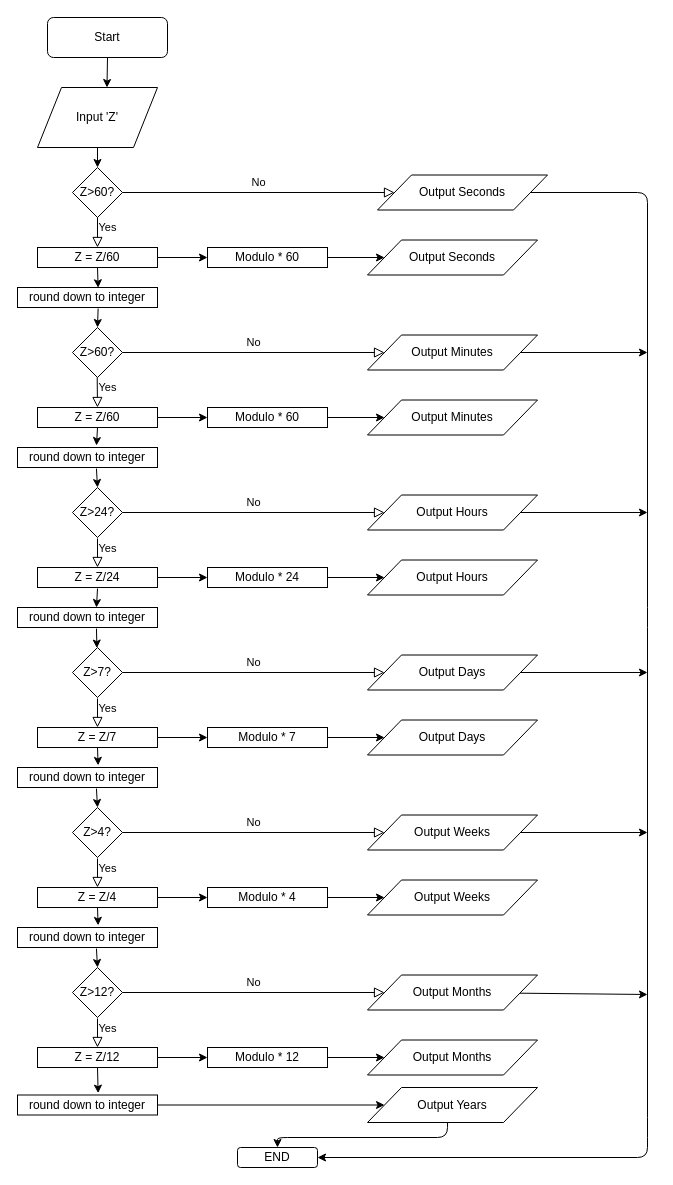
This is fyzam/Clockwork/Clockwork.drawio from cf-student-5731/CFLMS-DataStruct-Alghoritm-DAY01-Pirkner-fyzam, a draw.io file, before an edit. Source tidied: cells renumbered, new cells numbered last; positions are measured from the earlier drawing's top-left corner, leaving out a move shared by most shapes. Both pictures are drawn from the tidied source at 100%, with x=0, y=0 at pixel (17, 17).
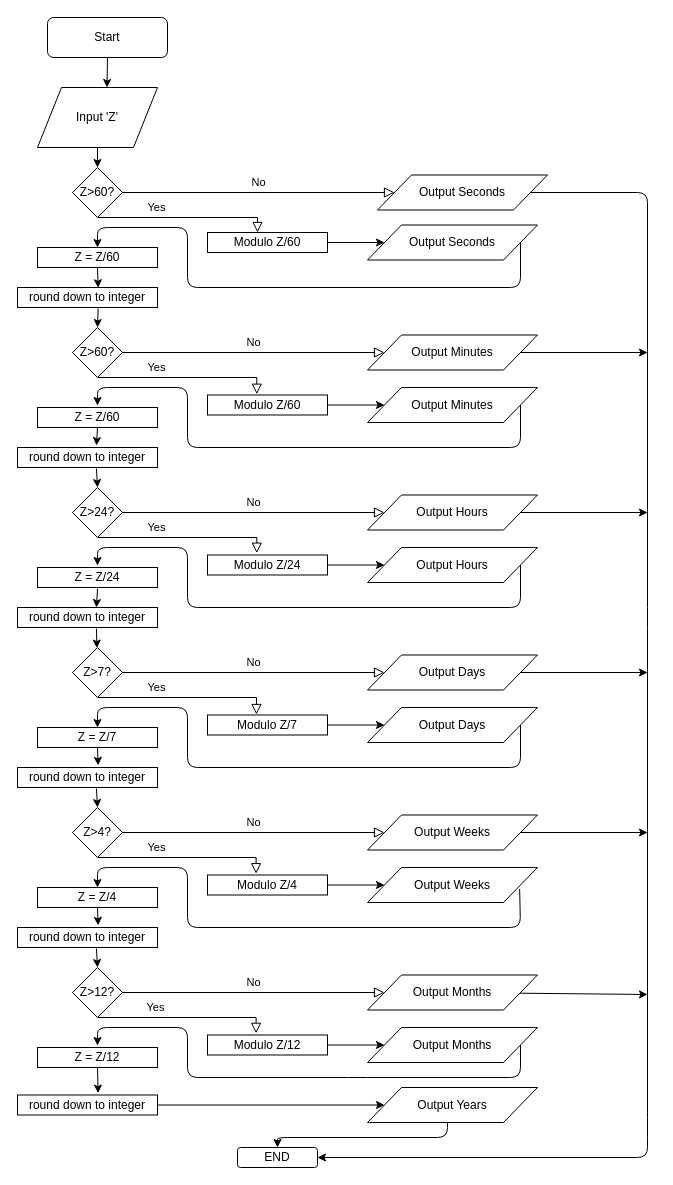
Above is the later version.

Commit message (it also covers changes not shown here):
minor changes in Modulo and flow

The change refers to these unchanged cells:
```xml
<mxCell id="5" value="Z = Z/60" style="rounded=0;whiteSpace=wrap;html=1;" parent="1" vertex="1">
  <mxGeometry x="20" y="230" width="120" height="20" as="geometry" />
</mxCell>
<mxCell id="6" value="Z&amp;gt;60?" style="rhombus;whiteSpace=wrap;html=1;" parent="1" vertex="1">
  <mxGeometry x="55" y="150" width="50" height="50" as="geometry" />
</mxCell>
<mxCell id="18" value="Z = Z/60" style="rounded=0;whiteSpace=wrap;html=1;" parent="1" vertex="1">
  <mxGeometry x="20" y="390" width="120" height="20" as="geometry" />
</mxCell>
<mxCell id="27" value="Z = Z/24" style="rounded=0;whiteSpace=wrap;html=1;" parent="1" vertex="1">
  <mxGeometry x="20" y="550" width="120" height="20" as="geometry" />
</mxCell>
<mxCell id="35" value="Z = Z/7" style="rounded=0;whiteSpace=wrap;html=1;" parent="1" vertex="1">
  <mxGeometry x="20" y="710" width="120" height="20" as="geometry" />
</mxCell>
<mxCell id="43" value="Z = Z/4" style="rounded=0;whiteSpace=wrap;html=1;" parent="1" vertex="1">
  <mxGeometry x="20" y="870" width="120" height="20" as="geometry" />
</mxCell>
<mxCell id="57" value="Z = Z/12" style="rounded=0;whiteSpace=wrap;html=1;" parent="1" vertex="1">
  <mxGeometry x="20" y="1030" width="120" height="20" as="geometry" />
</mxCell>
```

The edit, as a diff of the source:
```diff
@@
-    <mxCell id="7" value="Yes" style="edgeStyle=orthogonalEdgeStyle;rounded=0;html=1;jettySize=auto;fontSize=11;endArrow=block;endFill=0;endSize=8;strokeWidth=1;shadow=0;labelBackgroundColor=none;entryX=0.5;entryY=0;entryDx=0;entryDy=0;exitX=0.5;exitY=1;exitDx=0;exitDy=0;" parent="1" edge="1" source="6" target="5">
-      <mxGeometry x="-0.33" y="10" relative="1" as="geometry" />
-    </mxCell>
-    <mxCell id="8" style="endArrow=classic;html=1;exitX=1;exitY=0.5;exitDx=0;exitDy=0;entryX=0;entryY=0.5;entryDx=0;entryDy=0;" parent="1" edge="1" source="5" target="9">
-      <mxGeometry relative="1" as="geometry" />
-    </mxCell>
-    <mxCell id="9" value="Modulo * 60" style="rounded=0;whiteSpace=wrap;html=1;" parent="1" vertex="1">
-      <mxGeometry x="190" y="230" width="120" height="20" as="geometry" />
+    <mxCell id="9" value="Modulo Z/60" style="rounded=0;whiteSpace=wrap;html=1;" parent="1" vertex="1">
+      <mxGeometry x="190" y="215" width="120" height="20" as="geometry" />
     </mxCell>
@@
-    <mxCell id="20" value="Yes" style="edgeStyle=orthogonalEdgeStyle;rounded=0;html=1;jettySize=auto;fontSize=11;endArrow=block;endFill=0;endSize=8;strokeWidth=1;shadow=0;labelBackgroundColor=none;exitX=0.5;exitY=1;exitDx=0;exitDy=0;entryX=0.5;entryY=0;entryDx=0;entryDy=0;" parent="1" edge="1" target="18">
-      <mxGeometry x="-0.33" y="10" relative="1" as="geometry">
-        <mxPoint x="79.7" y="360" as="sourcePoint" />
-      </mxGeometry>
-    </mxCell>
-    <mxCell id="21" style="endArrow=classic;html=1;entryX=0;entryY=0.5;entryDx=0;entryDy=0;exitX=1;exitY=0.5;exitDx=0;exitDy=0;" parent="1" edge="1" source="18" target="22">
-      <mxGeometry relative="1" as="geometry" />
-    </mxCell>
-    <mxCell id="22" value="Modulo * 60" style="rounded=0;whiteSpace=wrap;html=1;" parent="1" vertex="1">
-      <mxGeometry x="190" y="390" width="120" height="20" as="geometry" />
+    <mxCell id="22" value="Modulo Z/60" style="rounded=0;whiteSpace=wrap;html=1;" parent="1" vertex="1">
+      <mxGeometry x="190" y="377.5" width="120" height="20" as="geometry" />
     </mxCell>
@@
-    <mxCell id="28" value="Yes" style="edgeStyle=orthogonalEdgeStyle;rounded=0;html=1;jettySize=auto;fontSize=11;endArrow=block;endFill=0;endSize=8;strokeWidth=1;shadow=0;labelBackgroundColor=none;entryX=0.5;entryY=0;entryDx=0;entryDy=0;" parent="1" edge="1" target="27">
-      <mxGeometry x="-0.33" y="10" relative="1" as="geometry">
-        <mxPoint x="80" y="521" as="sourcePoint" />
-      </mxGeometry>
-    </mxCell>
-    <mxCell id="29" style="endArrow=classic;html=1;entryX=0;entryY=0.5;entryDx=0;entryDy=0;exitX=1;exitY=0.5;exitDx=0;exitDy=0;" parent="1" edge="1" source="27" target="30">
-      <mxGeometry relative="1" as="geometry" />
-    </mxCell>
-    <mxCell id="30" value="Modulo * 24" style="rounded=0;whiteSpace=wrap;html=1;" parent="1" vertex="1">
-      <mxGeometry x="190" y="550" width="120" height="20" as="geometry" />
+    <mxCell id="30" value="Modulo Z/24" style="rounded=0;whiteSpace=wrap;html=1;" parent="1" vertex="1">
+      <mxGeometry x="190" y="537.5" width="120" height="20" as="geometry" />
     </mxCell>
@@
-    <mxCell id="36" value="Yes" style="edgeStyle=orthogonalEdgeStyle;rounded=0;html=1;jettySize=auto;fontSize=11;endArrow=block;endFill=0;endSize=8;strokeWidth=1;shadow=0;labelBackgroundColor=none;entryX=0.5;entryY=0;entryDx=0;entryDy=0;" parent="1" edge="1" target="35">
-      <mxGeometry x="-0.33" y="10" relative="1" as="geometry">
-        <mxPoint x="80" y="681" as="sourcePoint" />
-      </mxGeometry>
-    </mxCell>
-    <mxCell id="37" style="endArrow=classic;html=1;entryX=0;entryY=0.5;entryDx=0;entryDy=0;exitX=1;exitY=0.5;exitDx=0;exitDy=0;" parent="1" edge="1" source="35" target="38">
-      <mxGeometry relative="1" as="geometry" />
-    </mxCell>
-    <mxCell id="38" value="Modulo * 7" style="rounded=0;whiteSpace=wrap;html=1;" parent="1" vertex="1">
-      <mxGeometry x="190" y="710" width="120" height="20" as="geometry" />
+    <mxCell id="38" value="Modulo Z/7" style="rounded=0;whiteSpace=wrap;html=1;" parent="1" vertex="1">
+      <mxGeometry x="190" y="697.5" width="120" height="20" as="geometry" />
     </mxCell>
@@
-    <mxCell id="44" value="Yes" style="edgeStyle=orthogonalEdgeStyle;rounded=0;html=1;jettySize=auto;fontSize=11;endArrow=block;endFill=0;endSize=8;strokeWidth=1;shadow=0;labelBackgroundColor=none;entryX=0.5;entryY=0;entryDx=0;entryDy=0;" parent="1" edge="1" target="43">
-      <mxGeometry x="-0.33" y="10" relative="1" as="geometry">
-        <mxPoint x="80" y="841" as="sourcePoint" />
-      </mxGeometry>
-    </mxCell>
-    <mxCell id="45" style="endArrow=classic;html=1;entryX=0;entryY=0.5;entryDx=0;entryDy=0;exitX=1;exitY=0.5;exitDx=0;exitDy=0;" parent="1" edge="1" source="43" target="46">
-      <mxGeometry relative="1" as="geometry" />
-    </mxCell>
-    <mxCell id="46" value="Modulo * 4" style="rounded=0;whiteSpace=wrap;html=1;" parent="1" vertex="1">
-      <mxGeometry x="190" y="870" width="120" height="20" as="geometry" />
+    <mxCell id="46" value="Modulo Z/4" style="rounded=0;whiteSpace=wrap;html=1;" parent="1" vertex="1">
+      <mxGeometry x="190" y="857.5" width="120" height="20" as="geometry" />
     </mxCell>
@@
-    <mxCell id="58" value="Yes" style="edgeStyle=orthogonalEdgeStyle;rounded=0;html=1;jettySize=auto;fontSize=11;endArrow=block;endFill=0;endSize=8;strokeWidth=1;shadow=0;labelBackgroundColor=none;entryX=0.5;entryY=0;entryDx=0;entryDy=0;" parent="1" edge="1" target="57">
-      <mxGeometry x="-0.33" y="10" relative="1" as="geometry">
-        <mxPoint x="80" y="1001" as="sourcePoint" />
-      </mxGeometry>
-    </mxCell>
-    <mxCell id="59" style="endArrow=classic;html=1;entryX=0;entryY=0.5;entryDx=0;entryDy=0;exitX=1;exitY=0.5;exitDx=0;exitDy=0;" parent="1" edge="1" source="57" target="60">
-      <mxGeometry relative="1" as="geometry" />
-    </mxCell>
-    <mxCell id="60" value="Modulo * 12" style="rounded=0;whiteSpace=wrap;html=1;" parent="1" vertex="1">
-      <mxGeometry x="190" y="1030" width="120" height="20" as="geometry" />
+    <mxCell id="60" value="Modulo Z/12" style="rounded=0;whiteSpace=wrap;html=1;" parent="1" vertex="1">
+      <mxGeometry x="190" y="1017.5" width="120" height="20" as="geometry" />
     </mxCell>
@@
     <mxCell id="76" value="Output Seconds" style="shape=parallelogram;perimeter=parallelogramPerimeter;whiteSpace=wrap;html=1;" parent="1" vertex="1">
-      <mxGeometry x="350" y="222.5" width="170" height="35" as="geometry" />
+      <mxGeometry x="350" y="207.5" width="170" height="35" as="geometry" />
     </mxCell>
@@
     <mxCell id="78" value="Output Minutes" style="shape=parallelogram;perimeter=parallelogramPerimeter;whiteSpace=wrap;html=1;" parent="1" vertex="1">
-      <mxGeometry x="350" y="382.5" width="170" height="35" as="geometry" />
+      <mxGeometry x="350" y="370" width="170" height="35" as="geometry" />
     </mxCell>
@@
     <mxCell id="80" value="Output Hours" style="shape=parallelogram;perimeter=parallelogramPerimeter;whiteSpace=wrap;html=1;" parent="1" vertex="1">
-      <mxGeometry x="350" y="542.5" width="170" height="35" as="geometry" />
+      <mxGeometry x="350" y="530" width="170" height="35" as="geometry" />
     </mxCell>
@@
     <mxCell id="82" value="Output Days" style="shape=parallelogram;perimeter=parallelogramPerimeter;whiteSpace=wrap;html=1;" parent="1" vertex="1">
-      <mxGeometry x="350" y="702.5" width="170" height="35" as="geometry" />
+      <mxGeometry x="350" y="690" width="170" height="35" as="geometry" />
     </mxCell>
     <mxCell id="83" value="Output Weeks" style="shape=parallelogram;perimeter=parallelogramPerimeter;whiteSpace=wrap;html=1;" parent="1" vertex="1">
-      <mxGeometry x="350" y="862.5" width="170" height="35" as="geometry" />
+      <mxGeometry x="350" y="850" width="170" height="35" as="geometry" />
     </mxCell>
@@
     <mxCell id="86" value="Output Months" style="shape=parallelogram;perimeter=parallelogramPerimeter;whiteSpace=wrap;html=1;" parent="1" vertex="1">
-      <mxGeometry x="350" y="1022.5" width="170" height="35" as="geometry" />
+      <mxGeometry x="350" y="1010" width="170" height="35" as="geometry" />
     </mxCell>
@@
+    <mxCell id="88" value="Yes" style="edgeStyle=orthogonalEdgeStyle;rounded=0;html=1;jettySize=auto;fontSize=11;endArrow=block;endFill=0;endSize=8;strokeWidth=1;shadow=0;labelBackgroundColor=none;exitX=0.5;exitY=1;exitDx=0;exitDy=0;entryX=0.417;entryY=0;entryDx=0;entryDy=0;entryPerimeter=0;" parent="1" edge="1" source="6" target="9">
+      <mxGeometry x="-0.33" y="10" relative="1" as="geometry">
+        <Array as="points">
+          <mxPoint x="240" y="200" />
+        </Array>
+      </mxGeometry>
+    </mxCell>
+    <mxCell id="89" style="endArrow=classic;html=1;exitX=1;exitY=0.5;exitDx=0;exitDy=0;entryX=0.5;entryY=0;entryDx=0;entryDy=0;" parent="1" edge="1" source="76" target="5">
+      <mxGeometry relative="1" as="geometry">
+        <Array as="points">
+          <mxPoint x="503" y="270" />
+          <mxPoint x="170" y="270" />
+          <mxPoint x="170" y="210" />
+          <mxPoint x="80" y="210" />
+        </Array>
+      </mxGeometry>
+    </mxCell>
+    <mxCell id="90" value="Yes" style="edgeStyle=orthogonalEdgeStyle;rounded=0;html=1;jettySize=auto;fontSize=11;endArrow=block;endFill=0;endSize=8;strokeWidth=1;shadow=0;labelBackgroundColor=none;entryX=0.411;entryY=-0.039;entryDx=0;entryDy=0;entryPerimeter=0;" parent="1" edge="1" target="22">
+      <mxGeometry x="-0.33" y="10" relative="1" as="geometry">
+        <mxPoint x="80" y="360" as="sourcePoint" />
+        <Array as="points">
+          <mxPoint x="239" y="360" />
+        </Array>
+      </mxGeometry>
+    </mxCell>
+    <mxCell id="91" style="endArrow=classic;html=1;exitX=1;exitY=0.5;exitDx=0;exitDy=0;" parent="1" edge="1" source="78">
+      <mxGeometry relative="1" as="geometry">
+        <mxPoint x="80" y="388" as="targetPoint" />
+        <Array as="points">
+          <mxPoint x="503" y="430" />
+          <mxPoint x="170" y="430" />
+          <mxPoint x="170" y="370" />
+          <mxPoint x="80" y="370" />
+        </Array>
+      </mxGeometry>
+    </mxCell>
+    <mxCell id="92" value="Yes" style="edgeStyle=orthogonalEdgeStyle;rounded=0;html=1;jettySize=auto;fontSize=11;endArrow=block;endFill=0;endSize=8;strokeWidth=1;shadow=0;labelBackgroundColor=none;entryX=0.411;entryY=-0.092;entryDx=0;entryDy=0;entryPerimeter=0;" parent="1" edge="1" target="30">
+      <mxGeometry x="-0.33" y="10" relative="1" as="geometry">
+        <mxPoint x="80" y="520" as="sourcePoint" />
+        <Array as="points">
+          <mxPoint x="239" y="520" />
+        </Array>
+      </mxGeometry>
+    </mxCell>
+    <mxCell id="93" style="endArrow=classic;html=1;exitX=1;exitY=0.5;exitDx=0;exitDy=0;" parent="1" edge="1" source="80">
+      <mxGeometry relative="1" as="geometry">
+        <mxPoint x="80" y="548" as="targetPoint" />
+        <Array as="points">
+          <mxPoint x="503" y="590" />
+          <mxPoint x="170" y="590" />
+          <mxPoint x="170" y="530" />
+          <mxPoint x="80" y="530" />
+        </Array>
+      </mxGeometry>
+    </mxCell>
+    <mxCell id="94" value="Yes" style="edgeStyle=orthogonalEdgeStyle;rounded=0;html=1;jettySize=auto;fontSize=11;endArrow=block;endFill=0;endSize=8;strokeWidth=1;shadow=0;labelBackgroundColor=none;entryX=0.408;entryY=-0.025;entryDx=0;entryDy=0;entryPerimeter=0;" parent="1" edge="1" target="38">
+      <mxGeometry x="-0.33" y="10" relative="1" as="geometry">
+        <mxPoint x="80" y="680" as="sourcePoint" />
+        <Array as="points">
+          <mxPoint x="239" y="680" />
+        </Array>
+      </mxGeometry>
+    </mxCell>
+    <mxCell id="95" style="endArrow=classic;html=1;exitX=1;exitY=0.5;exitDx=0;exitDy=0;entryX=0.5;entryY=0;entryDx=0;entryDy=0;" parent="1" edge="1" source="82" target="35">
+      <mxGeometry relative="1" as="geometry">
+        <Array as="points">
+          <mxPoint x="503" y="750" />
+          <mxPoint x="170" y="750" />
+          <mxPoint x="170" y="690" />
+          <mxPoint x="80" y="690" />
+        </Array>
+      </mxGeometry>
+    </mxCell>
+    <mxCell id="96" value="Yes" style="edgeStyle=orthogonalEdgeStyle;rounded=0;html=1;jettySize=auto;fontSize=11;endArrow=block;endFill=0;endSize=8;strokeWidth=1;shadow=0;labelBackgroundColor=none;entryX=0.405;entryY=-0.065;entryDx=0;entryDy=0;entryPerimeter=0;" parent="1" edge="1" target="46">
+      <mxGeometry x="-0.33" y="10" relative="1" as="geometry">
+        <mxPoint x="80" y="840" as="sourcePoint" />
+        <Array as="points">
+          <mxPoint x="239" y="840" />
+        </Array>
+      </mxGeometry>
+    </mxCell>
+    <mxCell id="97" style="endArrow=classic;html=1;exitX=0.895;exitY=0.611;exitDx=0;exitDy=0;exitPerimeter=0;entryX=0.5;entryY=0;entryDx=0;entryDy=0;" parent="1" edge="1" source="83" target="43">
+      <mxGeometry relative="1" as="geometry">
+        <Array as="points">
+          <mxPoint x="503" y="910" />
+          <mxPoint x="170" y="910" />
+          <mxPoint x="170" y="850" />
+          <mxPoint x="80" y="850" />
+        </Array>
+      </mxGeometry>
+    </mxCell>
+    <mxCell id="98" value="Yes" style="edgeStyle=orthogonalEdgeStyle;rounded=0;html=1;jettySize=auto;fontSize=11;endArrow=block;endFill=0;endSize=8;strokeWidth=1;shadow=0;labelBackgroundColor=none;entryX=0.405;entryY=-0.085;entryDx=0;entryDy=0;entryPerimeter=0;" parent="1" edge="1" target="60">
+      <mxGeometry x="-0.33" y="10" relative="1" as="geometry">
+        <mxPoint x="80" y="1000" as="sourcePoint" />
+        <Array as="points">
+          <mxPoint x="239" y="1000" />
+        </Array>
+      </mxGeometry>
+    </mxCell>
+    <mxCell id="99" style="endArrow=classic;html=1;exitX=1;exitY=0.5;exitDx=0;exitDy=0;" parent="1" edge="1" source="86">
+      <mxGeometry relative="1" as="geometry">
+        <mxPoint x="80" y="1028" as="targetPoint" />
+        <Array as="points">
+          <mxPoint x="503" y="1060" />
+          <mxPoint x="340" y="1060" />
+          <mxPoint x="170" y="1060" />
+          <mxPoint x="170" y="1010" />
+          <mxPoint x="80" y="1010" />
+        </Array>
+      </mxGeometry>
+    </mxCell>
```
